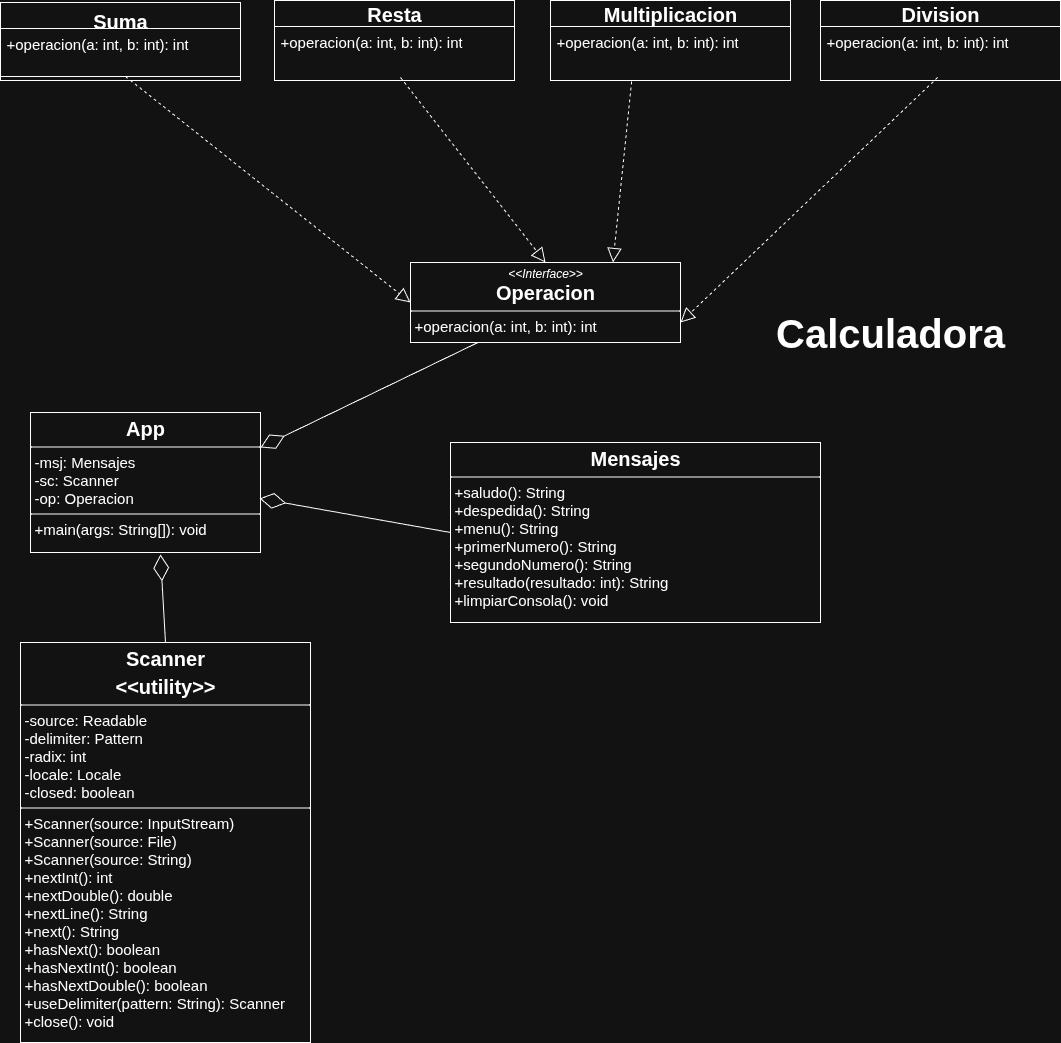
This is Equipo-Polimorfo_AE1/DiagramaClase.drawio.png from OmarLarrondo/Equipo-Polimorfo, a draw.io export, as it was before one commit. Source tidied: cells renumbered, new cells last; positions are measured from the earlier drawing's top-left corner, leaving out a move shared by most shapes.
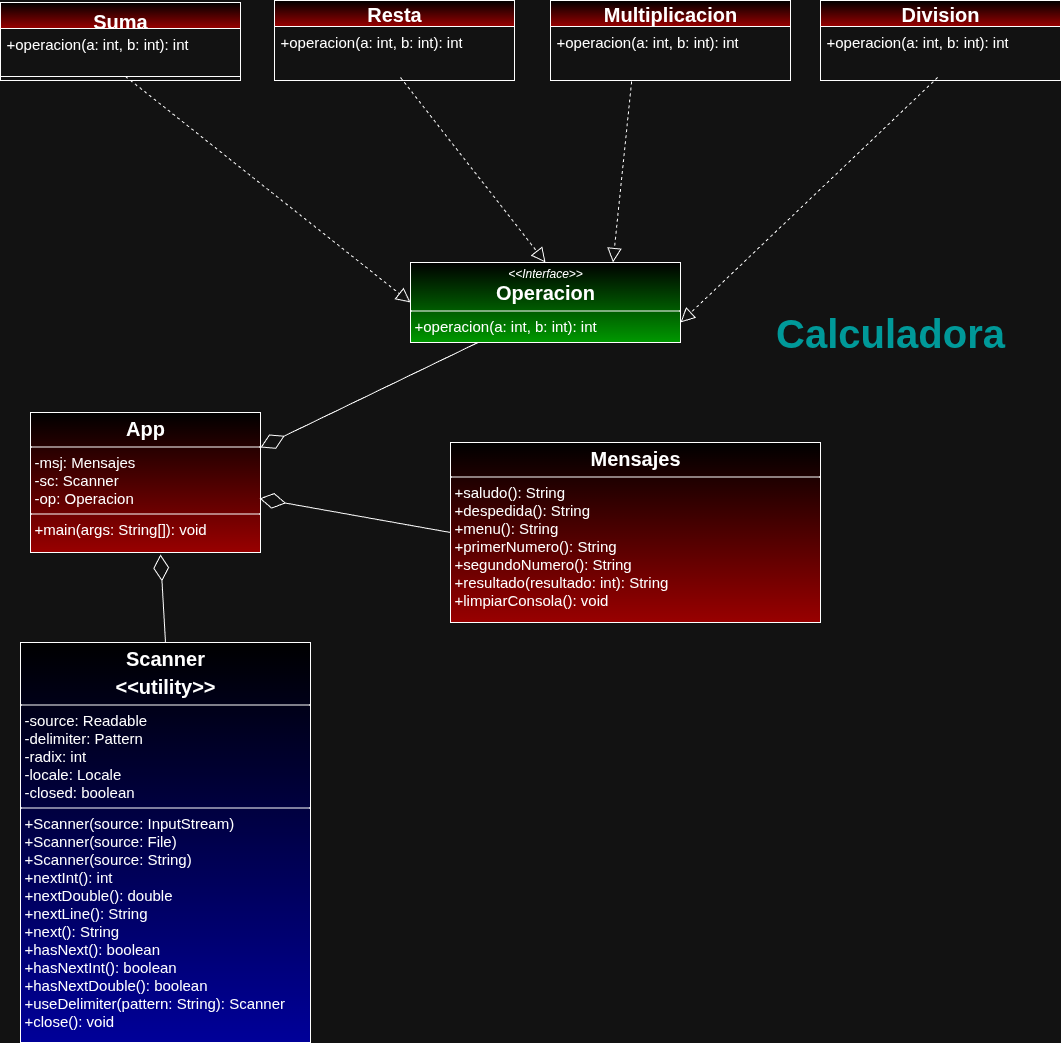
Above is the later version.

Commit message:
feat(diagrama): Añadir colores al diagrama de clases

Se han añadido colores al diagrama de clases para mejorar su legibilidad y diseño visual.

Change to the diagram source:
```diff
@@ -2,7 +2,7 @@
   <root>
     <mxCell id="0" />
     <mxCell id="1" parent="0" />
-    <mxCell id="2" value="&lt;font style=&quot;font-size: 20px;&quot;&gt;Suma&lt;/font&gt;" style="swimlane;fontStyle=1;align=center;verticalAlign=top;horizontal=1;startSize=26;whiteSpace=wrap;html=1;" parent="1" vertex="1">
+    <mxCell id="2" value="&lt;font style=&quot;font-size: 20px;&quot;&gt;Suma&lt;/font&gt;" style="swimlane;fontStyle=1;align=center;verticalAlign=top;horizontal=1;startSize=26;whiteSpace=wrap;html=1;gradientColor=#990000;fillColor=#000000;" parent="1" vertex="1">
       <mxGeometry y="2" width="240" height="78" as="geometry" />
     </mxCell>
     <mxCell id="3" value="&lt;font style=&quot;font-size: 15px;&quot;&gt;+operacion(a: int, b: int): int&lt;/font&gt;" style="text;strokeColor=none;fillColor=none;align=left;verticalAlign=top;spacingLeft=4;spacingRight=4;overflow=hidden;whiteSpace=wrap;html=1;" parent="2" vertex="1">
@@ -11,25 +11,25 @@
     <mxCell id="4" style="line;strokeWidth=1;fillColor=none;align=left;verticalAlign=middle;spacingTop=-1;spacingLeft=3;spacingRight=3;labelPosition=right;points=[];portConstraint=eastwest;strokeColor=inherit;" parent="2" vertex="1">
       <mxGeometry y="70" width="240" height="8" as="geometry" />
     </mxCell>
-    <mxCell id="5" value="&lt;font style=&quot;font-size: 20px;&quot;&gt;&lt;b&gt;Resta&lt;/b&gt;&lt;/font&gt;" style="swimlane;fontStyle=0;horizontal=1;startSize=26;fillColor=none;whiteSpace=wrap;html=1;" parent="1" vertex="1">
+    <mxCell id="5" value="&lt;font style=&quot;font-size: 20px;&quot;&gt;&lt;b&gt;Resta&lt;/b&gt;&lt;/font&gt;" style="swimlane;fontStyle=0;horizontal=1;startSize=26;fillColor=#000000;whiteSpace=wrap;html=1;gradientColor=#990000;" parent="1" vertex="1">
       <mxGeometry x="274" width="240" height="80" as="geometry" />
     </mxCell>
     <mxCell id="6" value="&lt;span style=&quot;font-size: 15px;&quot;&gt;+operacion(a: int, b: int): int&lt;/span&gt;" style="text;strokeColor=none;fillColor=none;align=left;verticalAlign=top;spacingLeft=4;spacingRight=4;overflow=hidden;points=[[0,0.5],[1,0.5]];portConstraint=eastwest;whiteSpace=wrap;html=1;" parent="5" vertex="1">
       <mxGeometry y="26" width="240" height="54" as="geometry" />
     </mxCell>
-    <mxCell id="7" value="&lt;span style=&quot;font-size: 20px;&quot;&gt;&lt;b&gt;Multiplicacion&lt;/b&gt;&lt;/span&gt;" style="swimlane;fontStyle=0;horizontal=1;startSize=26;fillColor=none;whiteSpace=wrap;html=1;" parent="1" vertex="1">
+    <mxCell id="7" value="&lt;span style=&quot;font-size: 20px;&quot;&gt;&lt;b&gt;Multiplicacion&lt;/b&gt;&lt;/span&gt;" style="swimlane;fontStyle=0;horizontal=1;startSize=26;fillColor=#000000;whiteSpace=wrap;html=1;gradientColor=#990000;" parent="1" vertex="1">
       <mxGeometry x="550" width="240" height="80" as="geometry" />
     </mxCell>
     <mxCell id="8" value="&lt;span style=&quot;font-size: 15px;&quot;&gt;+operacion(a: int, b: int): int&lt;/span&gt;" style="text;strokeColor=none;fillColor=none;align=left;verticalAlign=top;spacingLeft=4;spacingRight=4;overflow=hidden;points=[[0,0.5],[1,0.5]];portConstraint=eastwest;whiteSpace=wrap;html=1;" parent="7" vertex="1">
       <mxGeometry y="26" width="240" height="54" as="geometry" />
     </mxCell>
-    <mxCell id="9" value="&lt;span style=&quot;font-size: 20px;&quot;&gt;&lt;b&gt;Division&lt;/b&gt;&lt;/span&gt;" style="swimlane;fontStyle=0;horizontal=1;startSize=26;fillColor=none;whiteSpace=wrap;html=1;" parent="1" vertex="1">
+    <mxCell id="9" value="&lt;span style=&quot;font-size: 20px;&quot;&gt;&lt;b&gt;Division&lt;/b&gt;&lt;/span&gt;" style="swimlane;fontStyle=0;horizontal=1;startSize=26;fillColor=#000000;whiteSpace=wrap;html=1;gradientColor=#990000;" parent="1" vertex="1">
       <mxGeometry x="820" width="240" height="80" as="geometry" />
     </mxCell>
     <mxCell id="10" value="&lt;span style=&quot;font-size: 15px;&quot;&gt;+operacion(a: int, b: int): int&lt;/span&gt;" style="text;strokeColor=none;fillColor=none;align=left;verticalAlign=top;spacingLeft=4;spacingRight=4;overflow=hidden;points=[[0,0.5],[1,0.5]];portConstraint=eastwest;whiteSpace=wrap;html=1;" parent="9" vertex="1">
       <mxGeometry y="26" width="240" height="54" as="geometry" />
     </mxCell>
-    <mxCell id="11" value="&lt;p style=&quot;margin:0px;margin-top:4px;text-align:center;&quot;&gt;&lt;i&gt;&amp;lt;&amp;lt;Interface&amp;gt;&amp;gt;&lt;/i&gt;&lt;br&gt;&lt;b&gt;&lt;font style=&quot;font-size: 20px;&quot;&gt;Operacion&lt;/font&gt;&lt;/b&gt;&lt;/p&gt;&lt;hr size=&quot;1&quot; style=&quot;border-style:solid;&quot;&gt;&lt;p style=&quot;margin:0px;margin-left:4px;&quot;&gt;&lt;span style=&quot;font-size: 15px;&quot;&gt;+operacion(a: int, b: int): int&lt;/span&gt;&lt;/p&gt;" style="verticalAlign=top;align=left;overflow=fill;html=1;whiteSpace=wrap;" parent="1" vertex="1">
+    <mxCell id="11" value="&lt;p style=&quot;margin:0px;margin-top:4px;text-align:center;&quot;&gt;&lt;i&gt;&amp;lt;&amp;lt;Interface&amp;gt;&amp;gt;&lt;/i&gt;&lt;br&gt;&lt;b&gt;&lt;font style=&quot;font-size: 20px;&quot;&gt;Operacion&lt;/font&gt;&lt;/b&gt;&lt;/p&gt;&lt;hr size=&quot;1&quot; style=&quot;border-style:solid;&quot;&gt;&lt;p style=&quot;margin:0px;margin-left:4px;&quot;&gt;&lt;span style=&quot;font-size: 15px;&quot;&gt;+operacion(a: int, b: int): int&lt;/span&gt;&lt;/p&gt;" style="verticalAlign=top;align=left;overflow=fill;html=1;whiteSpace=wrap;fillColor=#000000;gradientColor=#009900;" parent="1" vertex="1">
       <mxGeometry x="410" y="262" width="270" height="80" as="geometry" />
     </mxCell>
     <mxCell id="12" style="endArrow=block;dashed=1;endFill=0;endSize=12;html=1;rounded=0;entryX=0.5;entryY=0;entryDx=0;entryDy=0;exitX=0.525;exitY=0.944;exitDx=0;exitDy=0;exitPerimeter=0;" parent="1" edge="1" source="6" target="11">
@@ -44,22 +44,22 @@
     <mxCell id="15" style="endArrow=block;dashed=1;endFill=0;endSize=12;html=1;rounded=0;exitX=0.488;exitY=0.944;exitDx=0;exitDy=0;exitPerimeter=0;entryX=1;entryY=0.75;entryDx=0;entryDy=0;" parent="1" edge="1" source="10" target="11">
       <mxGeometry relative="1" as="geometry" />
     </mxCell>
-    <mxCell id="16" value="&lt;p style=&quot;margin:0px;margin-top:4px;text-align:center;&quot;&gt;&lt;span style=&quot;font-size: 20px;&quot;&gt;&lt;b&gt;App&lt;/b&gt;&lt;/span&gt;&lt;/p&gt;&lt;hr size=&quot;1&quot; style=&quot;border-style:solid;&quot;&gt;&lt;p style=&quot;margin:0px;margin-left:4px;&quot;&gt;&lt;font style=&quot;font-size: 15px;&quot;&gt;-msj: Mensajes&lt;/font&gt;&lt;/p&gt;&lt;p style=&quot;margin:0px;margin-left:4px;&quot;&gt;&lt;font style=&quot;font-size: 15px;&quot;&gt;-sc: Scanner&lt;/font&gt;&lt;/p&gt;&lt;p style=&quot;margin:0px;margin-left:4px;&quot;&gt;&lt;font style=&quot;font-size: 15px;&quot;&gt;-op: Operacion&lt;/font&gt;&lt;/p&gt;&lt;hr size=&quot;1&quot; style=&quot;border-style:solid;&quot;&gt;&lt;p style=&quot;margin:0px;margin-left:4px;&quot;&gt;&lt;font style=&quot;font-size: 15px;&quot;&gt;+main(args: String[]): void&lt;/font&gt;&lt;/p&gt;" style="verticalAlign=top;align=left;overflow=fill;html=1;whiteSpace=wrap;" parent="1" vertex="1">
+    <mxCell id="16" value="&lt;p style=&quot;margin:0px;margin-top:4px;text-align:center;&quot;&gt;&lt;span style=&quot;font-size: 20px;&quot;&gt;&lt;b&gt;App&lt;/b&gt;&lt;/span&gt;&lt;/p&gt;&lt;hr size=&quot;1&quot; style=&quot;border-style:solid;&quot;&gt;&lt;p style=&quot;margin:0px;margin-left:4px;&quot;&gt;&lt;font style=&quot;font-size: 15px;&quot;&gt;-msj: Mensajes&lt;/font&gt;&lt;/p&gt;&lt;p style=&quot;margin:0px;margin-left:4px;&quot;&gt;&lt;font style=&quot;font-size: 15px;&quot;&gt;-sc: Scanner&lt;/font&gt;&lt;/p&gt;&lt;p style=&quot;margin:0px;margin-left:4px;&quot;&gt;&lt;font style=&quot;font-size: 15px;&quot;&gt;-op: Operacion&lt;/font&gt;&lt;/p&gt;&lt;hr size=&quot;1&quot; style=&quot;border-style:solid;&quot;&gt;&lt;p style=&quot;margin:0px;margin-left:4px;&quot;&gt;&lt;font style=&quot;font-size: 15px;&quot;&gt;+main(args: String[]): void&lt;/font&gt;&lt;/p&gt;" style="verticalAlign=top;align=left;overflow=fill;html=1;whiteSpace=wrap;gradientColor=#990000;fillColor=#000000;" parent="1" vertex="1">
       <mxGeometry x="30" y="412" width="230" height="140" as="geometry" />
     </mxCell>
     <mxCell id="17" style="endArrow=diamondThin;endFill=0;endSize=24;html=1;rounded=0;exitX=0.25;exitY=1;exitDx=0;exitDy=0;entryX=1;entryY=0.25;entryDx=0;entryDy=0;" parent="1" edge="1" source="11" target="16">
       <mxGeometry relative="1" as="geometry" />
     </mxCell>
-    <mxCell id="18" value="&lt;p style=&quot;margin:0px;margin-top:4px;text-align:center;&quot;&gt;&lt;b&gt;&lt;font style=&quot;font-size: 20px;&quot;&gt;Mensajes&lt;/font&gt;&lt;/b&gt;&lt;/p&gt;&lt;hr size=&quot;1&quot; style=&quot;border-style:solid;&quot;&gt;&lt;p style=&quot;margin:0px;margin-left:4px;&quot;&gt;&lt;font style=&quot;font-size: 15px;&quot;&gt;+saludo(): String&lt;/font&gt;&lt;/p&gt;&lt;p style=&quot;margin:0px;margin-left:4px;&quot;&gt;&lt;font style=&quot;font-size: 15px;&quot;&gt;+despedida(): String&lt;/font&gt;&lt;/p&gt;&lt;p style=&quot;margin:0px;margin-left:4px;&quot;&gt;&lt;font style=&quot;font-size: 15px;&quot;&gt;+menu(): String&lt;/font&gt;&lt;/p&gt;&lt;p style=&quot;margin:0px;margin-left:4px;&quot;&gt;&lt;font style=&quot;font-size: 15px;&quot;&gt;+primerNumero(): String&lt;/font&gt;&lt;/p&gt;&lt;p style=&quot;margin:0px;margin-left:4px;&quot;&gt;&lt;font style=&quot;font-size: 15px;&quot;&gt;+segundoNumero(): String&lt;/font&gt;&lt;/p&gt;&lt;p style=&quot;margin:0px;margin-left:4px;&quot;&gt;&lt;font style=&quot;font-size: 15px;&quot;&gt;+resultado(resultado: int): String&lt;/font&gt;&lt;/p&gt;&lt;p style=&quot;margin:0px;margin-left:4px;&quot;&gt;&lt;font style=&quot;font-size: 15px;&quot;&gt;+limpiarConsola(): void&lt;/font&gt;&lt;/p&gt;" style="verticalAlign=top;align=left;overflow=fill;html=1;whiteSpace=wrap;" parent="1" vertex="1">
+    <mxCell id="18" value="&lt;p style=&quot;margin:0px;margin-top:4px;text-align:center;&quot;&gt;&lt;b&gt;&lt;font style=&quot;font-size: 20px;&quot;&gt;Mensajes&lt;/font&gt;&lt;/b&gt;&lt;/p&gt;&lt;hr size=&quot;1&quot; style=&quot;border-style:solid;&quot;&gt;&lt;p style=&quot;margin:0px;margin-left:4px;&quot;&gt;&lt;font style=&quot;font-size: 15px;&quot;&gt;+saludo(): String&lt;/font&gt;&lt;/p&gt;&lt;p style=&quot;margin:0px;margin-left:4px;&quot;&gt;&lt;font style=&quot;font-size: 15px;&quot;&gt;+despedida(): String&lt;/font&gt;&lt;/p&gt;&lt;p style=&quot;margin:0px;margin-left:4px;&quot;&gt;&lt;font style=&quot;font-size: 15px;&quot;&gt;+menu(): String&lt;/font&gt;&lt;/p&gt;&lt;p style=&quot;margin:0px;margin-left:4px;&quot;&gt;&lt;font style=&quot;font-size: 15px;&quot;&gt;+primerNumero(): String&lt;/font&gt;&lt;/p&gt;&lt;p style=&quot;margin:0px;margin-left:4px;&quot;&gt;&lt;font style=&quot;font-size: 15px;&quot;&gt;+segundoNumero(): String&lt;/font&gt;&lt;/p&gt;&lt;p style=&quot;margin:0px;margin-left:4px;&quot;&gt;&lt;font style=&quot;font-size: 15px;&quot;&gt;+resultado(resultado: int): String&lt;/font&gt;&lt;/p&gt;&lt;p style=&quot;margin:0px;margin-left:4px;&quot;&gt;&lt;font style=&quot;font-size: 15px;&quot;&gt;+limpiarConsola(): void&lt;/font&gt;&lt;/p&gt;" style="verticalAlign=top;align=left;overflow=fill;html=1;whiteSpace=wrap;gradientColor=#990000;fillColor=#000000;" parent="1" vertex="1">
       <mxGeometry x="450" y="442" width="370" height="180" as="geometry" />
     </mxCell>
     <mxCell id="19" style="endArrow=diamondThin;endFill=0;endSize=24;html=1;rounded=0;exitX=0;exitY=0.5;exitDx=0;exitDy=0;entryX=0.996;entryY=0.614;entryDx=0;entryDy=0;entryPerimeter=0;" parent="1" edge="1" source="18" target="16">
       <mxGeometry relative="1" as="geometry" />
     </mxCell>
-    <mxCell id="20" value="&lt;font style=&quot;font-size: 40px;&quot;&gt;&lt;b&gt;Calculadora&lt;/b&gt;&lt;/font&gt;" style="text;html=1;align=center;verticalAlign=middle;whiteSpace=wrap;rounded=0;" parent="1" vertex="1">
+    <mxCell id="20" value="&lt;font style=&quot;font-size: 40px;&quot;&gt;&lt;b&gt;Calculadora&lt;/b&gt;&lt;/font&gt;" style="text;html=1;align=center;verticalAlign=middle;whiteSpace=wrap;rounded=0;fontColor=#009999;" parent="1" vertex="1">
       <mxGeometry x="760" y="302" width="260" height="60" as="geometry" />
     </mxCell>
-    <mxCell id="21" value="&lt;p style=&quot;margin:0px;margin-top:4px;text-align:center;&quot;&gt;&lt;b&gt;&lt;font style=&quot;font-size: 20px;&quot;&gt;Scanner&lt;/font&gt;&lt;/b&gt;&lt;/p&gt;&lt;p style=&quot;margin:0px;margin-top:4px;text-align:center;&quot;&gt;&lt;font style=&quot;&quot;&gt;&lt;span style=&quot;font-size: 20px;&quot;&gt;&lt;b&gt;&amp;lt;&amp;lt;utility&amp;gt;&amp;gt;&lt;/b&gt;&lt;/span&gt;&lt;/font&gt;&lt;/p&gt;&lt;hr size=&quot;1&quot; style=&quot;border-style:solid;&quot;&gt;&lt;p style=&quot;margin:0px;margin-left:4px;&quot;&gt;&lt;font style=&quot;font-size: 15px;&quot;&gt;-source: Readable&lt;/font&gt;&lt;/p&gt;&lt;p style=&quot;margin:0px;margin-left:4px;&quot;&gt;&lt;font style=&quot;font-size: 15px;&quot;&gt;-delimiter: Pattern&lt;/font&gt;&lt;/p&gt;&lt;p style=&quot;margin:0px;margin-left:4px;&quot;&gt;&lt;font style=&quot;font-size: 15px;&quot;&gt;-radix: int&lt;/font&gt;&lt;/p&gt;&lt;p style=&quot;margin:0px;margin-left:4px;&quot;&gt;&lt;font style=&quot;font-size: 15px;&quot;&gt;-locale: Locale&lt;/font&gt;&lt;/p&gt;&lt;p style=&quot;margin:0px;margin-left:4px;&quot;&gt;&lt;span style=&quot;background-color: transparent; color: light-dark(rgb(0, 0, 0), rgb(255, 255, 255));&quot;&gt;&lt;font style=&quot;font-size: 15px;&quot;&gt;-closed: boolean&lt;/font&gt;&lt;/span&gt;&lt;/p&gt;&lt;hr size=&quot;1&quot; style=&quot;border-style:solid;&quot;&gt;&lt;p style=&quot;margin:0px;margin-left:4px;&quot;&gt;&lt;font style=&quot;font-size: 15px;&quot;&gt;+Scanner(source: InputStream)&lt;/font&gt;&lt;/p&gt;&lt;p style=&quot;margin:0px;margin-left:4px;&quot;&gt;&lt;font style=&quot;font-size: 15px;&quot;&gt;+Scanner(source: File)&lt;/font&gt;&lt;/p&gt;&lt;p style=&quot;margin:0px;margin-left:4px;&quot;&gt;&lt;font style=&quot;font-size: 15px;&quot;&gt;+Scanner(source: String)&lt;/font&gt;&lt;/p&gt;&lt;p style=&quot;margin:0px;margin-left:4px;&quot;&gt;&lt;font style=&quot;font-size: 15px;&quot;&gt;+nextInt(): int&lt;/font&gt;&lt;/p&gt;&lt;p style=&quot;margin:0px;margin-left:4px;&quot;&gt;&lt;font style=&quot;font-size: 15px;&quot;&gt;+nextDouble(): double&lt;/font&gt;&lt;/p&gt;&lt;p style=&quot;margin:0px;margin-left:4px;&quot;&gt;&lt;font style=&quot;font-size: 15px;&quot;&gt;+nextLine(): String&lt;/font&gt;&lt;/p&gt;&lt;p style=&quot;margin:0px;margin-left:4px;&quot;&gt;&lt;font style=&quot;font-size: 15px;&quot;&gt;+next(): String&lt;/font&gt;&lt;/p&gt;&lt;p style=&quot;margin:0px;margin-left:4px;&quot;&gt;&lt;font style=&quot;font-size: 15px;&quot;&gt;+hasNext(): boolean&lt;/font&gt;&lt;/p&gt;&lt;p style=&quot;margin:0px;margin-left:4px;&quot;&gt;&lt;font style=&quot;font-size: 15px;&quot;&gt;+hasNextInt(): boolean&lt;/font&gt;&lt;/p&gt;&lt;p style=&quot;margin:0px;margin-left:4px;&quot;&gt;&lt;font style=&quot;font-size: 15px;&quot;&gt;+hasNextDouble(): boolean&lt;/font&gt;&lt;/p&gt;&lt;p style=&quot;margin:0px;margin-left:4px;&quot;&gt;&lt;font style=&quot;font-size: 15px;&quot;&gt;+useDelimiter(pattern: String): Scanner&lt;/font&gt;&lt;/p&gt;&lt;p style=&quot;margin:0px;margin-left:4px;&quot;&gt;&lt;font style=&quot;font-size: 15px;&quot;&gt;+close(): void&lt;/font&gt;&lt;/p&gt;" style="verticalAlign=top;align=left;overflow=fill;html=1;whiteSpace=wrap;" parent="1" vertex="1">
+    <mxCell id="21" value="&lt;p style=&quot;margin:0px;margin-top:4px;text-align:center;&quot;&gt;&lt;b&gt;&lt;font style=&quot;font-size: 20px;&quot;&gt;Scanner&lt;/font&gt;&lt;/b&gt;&lt;/p&gt;&lt;p style=&quot;margin:0px;margin-top:4px;text-align:center;&quot;&gt;&lt;font style=&quot;&quot;&gt;&lt;span style=&quot;font-size: 20px;&quot;&gt;&lt;b&gt;&amp;lt;&amp;lt;utility&amp;gt;&amp;gt;&lt;/b&gt;&lt;/span&gt;&lt;/font&gt;&lt;/p&gt;&lt;hr size=&quot;1&quot; style=&quot;border-style:solid;&quot;&gt;&lt;p style=&quot;margin:0px;margin-left:4px;&quot;&gt;&lt;font style=&quot;font-size: 15px;&quot;&gt;-source: Readable&lt;/font&gt;&lt;/p&gt;&lt;p style=&quot;margin:0px;margin-left:4px;&quot;&gt;&lt;font style=&quot;font-size: 15px;&quot;&gt;-delimiter: Pattern&lt;/font&gt;&lt;/p&gt;&lt;p style=&quot;margin:0px;margin-left:4px;&quot;&gt;&lt;font style=&quot;font-size: 15px;&quot;&gt;-radix: int&lt;/font&gt;&lt;/p&gt;&lt;p style=&quot;margin:0px;margin-left:4px;&quot;&gt;&lt;font style=&quot;font-size: 15px;&quot;&gt;-locale: Locale&lt;/font&gt;&lt;/p&gt;&lt;p style=&quot;margin:0px;margin-left:4px;&quot;&gt;&lt;span style=&quot;background-color: transparent; color: light-dark(rgb(0, 0, 0), rgb(255, 255, 255));&quot;&gt;&lt;font style=&quot;font-size: 15px;&quot;&gt;-closed: boolean&lt;/font&gt;&lt;/span&gt;&lt;/p&gt;&lt;hr size=&quot;1&quot; style=&quot;border-style:solid;&quot;&gt;&lt;p style=&quot;margin:0px;margin-left:4px;&quot;&gt;&lt;font style=&quot;font-size: 15px;&quot;&gt;+Scanner(source: InputStream)&lt;/font&gt;&lt;/p&gt;&lt;p style=&quot;margin:0px;margin-left:4px;&quot;&gt;&lt;font style=&quot;font-size: 15px;&quot;&gt;+Scanner(source: File)&lt;/font&gt;&lt;/p&gt;&lt;p style=&quot;margin:0px;margin-left:4px;&quot;&gt;&lt;font style=&quot;font-size: 15px;&quot;&gt;+Scanner(source: String)&lt;/font&gt;&lt;/p&gt;&lt;p style=&quot;margin:0px;margin-left:4px;&quot;&gt;&lt;font style=&quot;font-size: 15px;&quot;&gt;+nextInt(): int&lt;/font&gt;&lt;/p&gt;&lt;p style=&quot;margin:0px;margin-left:4px;&quot;&gt;&lt;font style=&quot;font-size: 15px;&quot;&gt;+nextDouble(): double&lt;/font&gt;&lt;/p&gt;&lt;p style=&quot;margin:0px;margin-left:4px;&quot;&gt;&lt;font style=&quot;font-size: 15px;&quot;&gt;+nextLine(): String&lt;/font&gt;&lt;/p&gt;&lt;p style=&quot;margin:0px;margin-left:4px;&quot;&gt;&lt;font style=&quot;font-size: 15px;&quot;&gt;+next(): String&lt;/font&gt;&lt;/p&gt;&lt;p style=&quot;margin:0px;margin-left:4px;&quot;&gt;&lt;font style=&quot;font-size: 15px;&quot;&gt;+hasNext(): boolean&lt;/font&gt;&lt;/p&gt;&lt;p style=&quot;margin:0px;margin-left:4px;&quot;&gt;&lt;font style=&quot;font-size: 15px;&quot;&gt;+hasNextInt(): boolean&lt;/font&gt;&lt;/p&gt;&lt;p style=&quot;margin:0px;margin-left:4px;&quot;&gt;&lt;font style=&quot;font-size: 15px;&quot;&gt;+hasNextDouble(): boolean&lt;/font&gt;&lt;/p&gt;&lt;p style=&quot;margin:0px;margin-left:4px;&quot;&gt;&lt;font style=&quot;font-size: 15px;&quot;&gt;+useDelimiter(pattern: String): Scanner&lt;/font&gt;&lt;/p&gt;&lt;p style=&quot;margin:0px;margin-left:4px;&quot;&gt;&lt;font style=&quot;font-size: 15px;&quot;&gt;+close(): void&lt;/font&gt;&lt;/p&gt;" style="verticalAlign=top;align=left;overflow=fill;html=1;whiteSpace=wrap;gradientColor=#000099;fillColor=#000000;" parent="1" vertex="1">
       <mxGeometry x="20" y="642" width="290" height="400" as="geometry" />
     </mxCell>
     <mxCell id="22" style="endArrow=diamondThin;endFill=0;endSize=24;html=1;rounded=0;exitX=0.5;exitY=0;exitDx=0;exitDy=0;entryX=0.565;entryY=1.014;entryDx=0;entryDy=0;entryPerimeter=0;" parent="1" edge="1" source="21" target="16">
```
